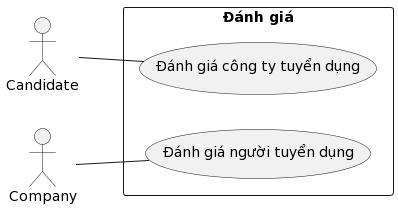
This is Lab1/Lab 1.2 Diagram/Use case/FileIMG/5. UseacaseDanhGia.png from Griselda4774/EAS-EmploymentAssistanceSystem, a PlantUML export, as it was before one commit. Its diagram source:
```plantuml
@startuml
left to right direction
actor nguoiUngTuyen as "Candidate"
actor congTy as "Company"
rectangle "Đánh giá"{
    usecase danhGiaCongTyTuyenDung as "Đánh giá công ty tuyển dụng"
    usecase danhGiaNguoiTuyenDung as "Đánh giá người tuyển dụng"
}
nguoiUngTuyen -- danhGiaCongTyTuyenDung

congTy -- danhGiaNguoiTuyenDung
@enduml
```
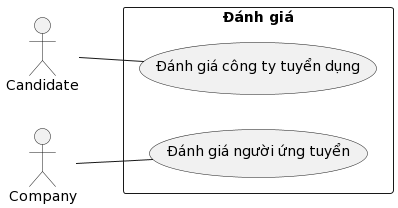
Later version of the same file.

Change to the diagram source:
```diff
@@ -4,7 +4,7 @@
 actor congTy as "Company"
 rectangle "Đánh giá"{
     usecase danhGiaCongTyTuyenDung as "Đánh giá công ty tuyển dụng"
-    usecase danhGiaNguoiTuyenDung as "Đánh giá người tuyển dụng"
+    usecase danhGiaNguoiTuyenDung as "Đánh giá người ứng tuyển"
 }
 nguoiUngTuyen -- danhGiaCongTyTuyenDung
 
```
